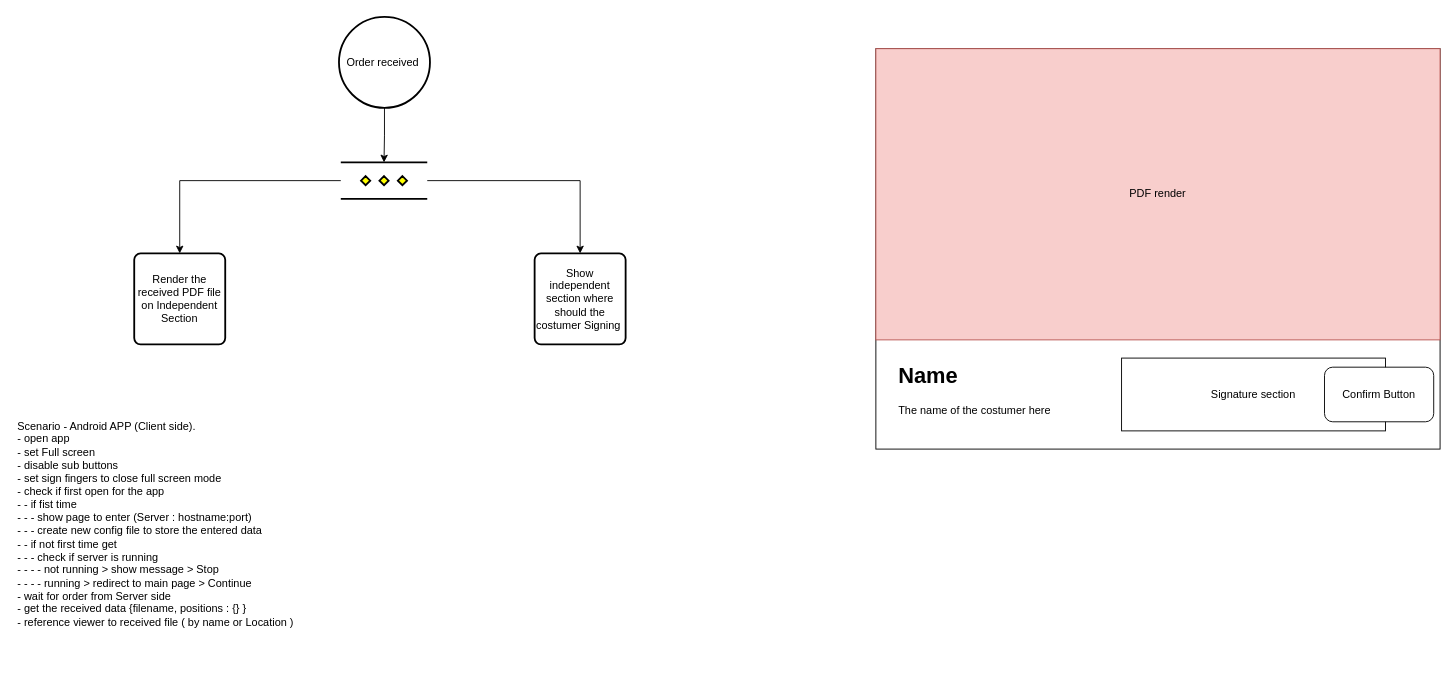
This is page "Signature Device" (2 of 3) of UML Design/main.drawio from ahmadtechnik/signatureSystem, a draw.io file, before an edit. Source tidied: cells renumbered, new cells numbered last; positions are measured from the earlier drawing's top-left corner, leaving out a move shared by most shapes. Both pictures are drawn from the tidied source at 91%, with x=0, y=0 at pixel (15, 16).
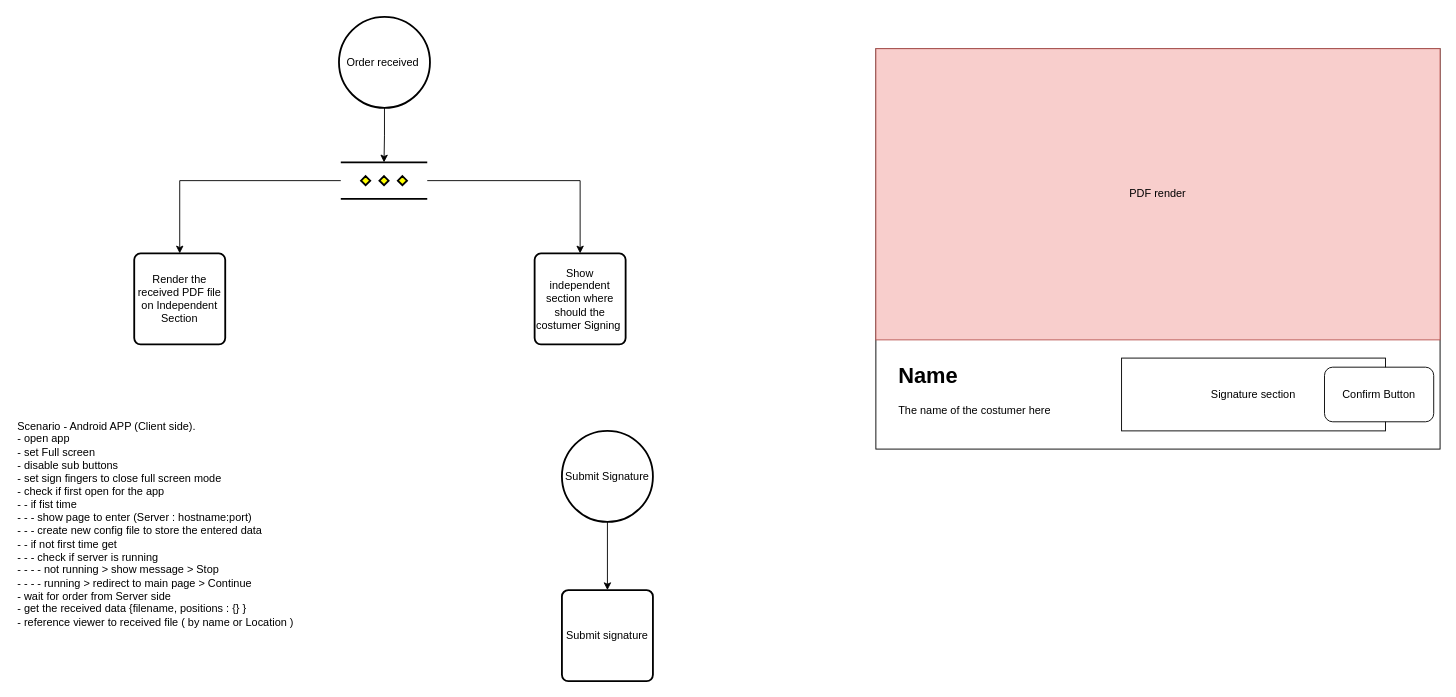
After the change.

The edit, as a diff of the source:
```diff
@@
+    <mxCell id="18" style="edgeStyle=orthogonalEdgeStyle;rounded=0;jettySize=auto;html=1;exitX=0.5;exitY=1;exitDx=0;exitDy=0;exitPerimeter=0;entryX=0.5;entryY=0;entryDx=0;entryDy=0;" parent="1" edge="1" source="19" target="20">
+      <mxGeometry relative="1" as="geometry" />
+    </mxCell>
+    <mxCell id="19" value="Submit Signature" style="strokeWidth=2;html=1;shape=mxgraph.flowchart.start_2;whiteSpace=wrap;" parent="1" vertex="1">
+      <mxGeometry x="600" y="455" width="100" height="100" as="geometry" />
+    </mxCell>
+    <mxCell id="20" value="Submit signature" style="rounded=1;whiteSpace=wrap;html=1;absoluteArcSize=1;arcSize=14;strokeWidth=2;" parent="1" vertex="1">
+      <mxGeometry x="600" y="630" width="100" height="100" as="geometry" />
+    </mxCell>
```
